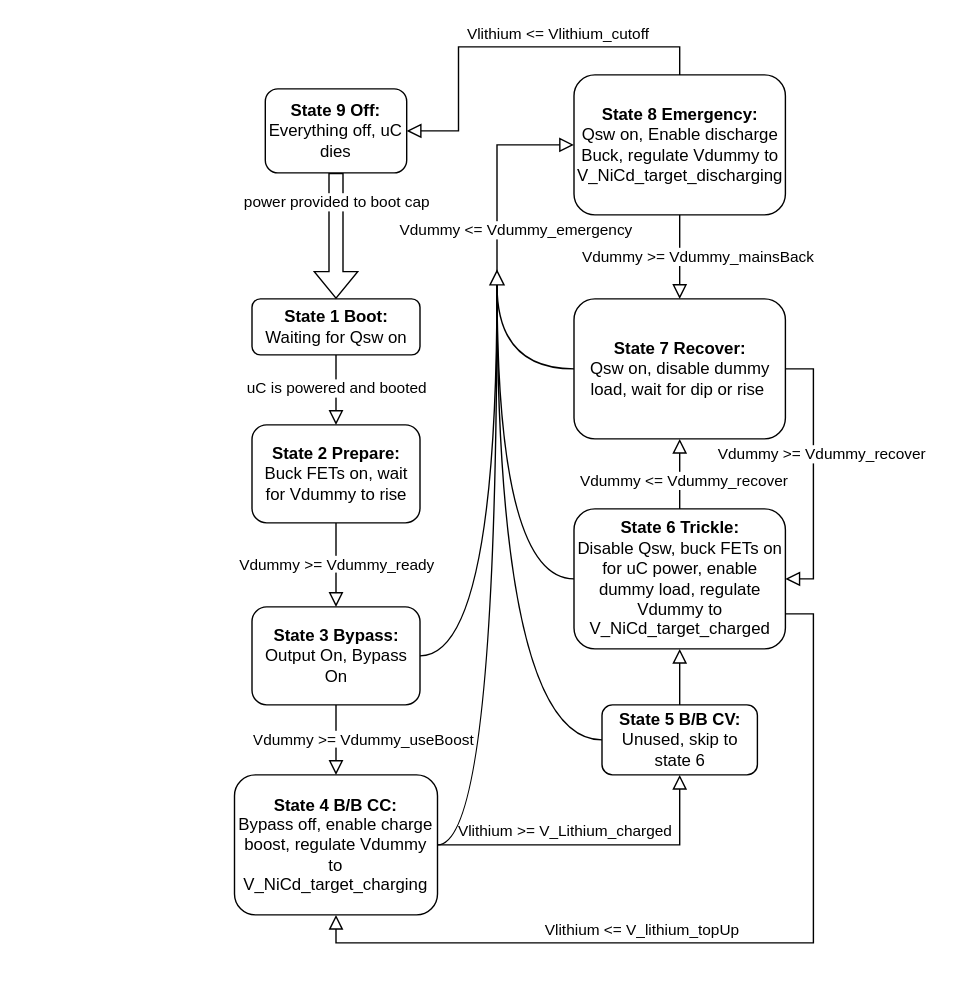
This is 202IntefaceFlowchart.drawio from BStainthorpe/Flowcharts, a draw.io file, before an edit. Source tidied: cells renumbered, new cells numbered last; positions are measured from the earlier drawing's top-left corner, leaving out a move shared by most shapes. Both pictures are drawn from the tidied source at 140%, with x=0, y=0 at pixel (234, 46).
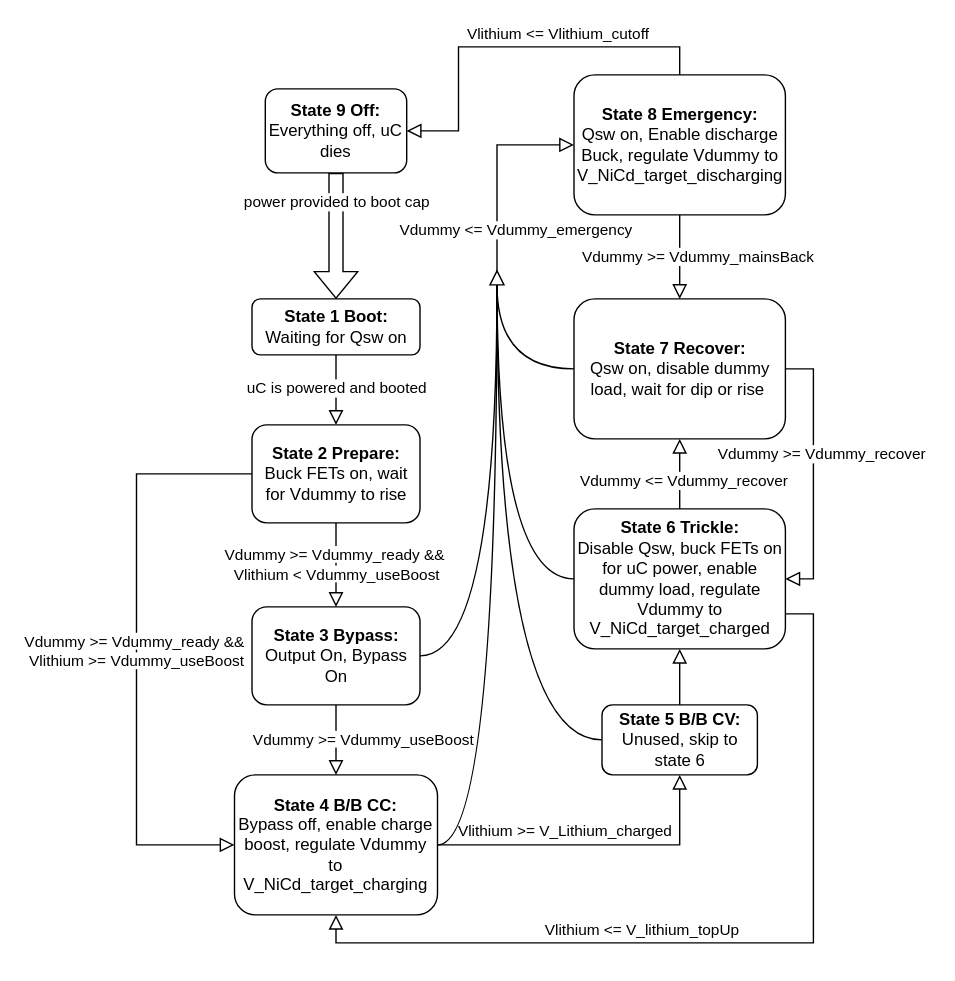
Above is the later version.

The change refers to these unchanged cells:
```xml
<mxCell id="7" value="&lt;b&gt;State 2 Prepare:&lt;/b&gt;&lt;div&gt;Buck FETs on, wait for Vdummy to rise&lt;/div&gt;" style="rounded=1;whiteSpace=wrap;html=1;fontSize=12;glass=0;strokeWidth=1;shadow=0;" parent="1" vertex="1">
  <mxGeometry x="12.5" y="270" width="120" height="70" as="geometry" />
</mxCell>
<mxCell id="8" value="&lt;b&gt;State 3 Bypass:&lt;/b&gt;&lt;div&gt;Output On, Bypass On&lt;/div&gt;" style="rounded=1;whiteSpace=wrap;html=1;fontSize=12;glass=0;strokeWidth=1;shadow=0;" parent="1" vertex="1">
  <mxGeometry x="12.5" y="400" width="120" height="70" as="geometry" />
</mxCell>
<mxCell id="9" value="&lt;b&gt;State 4 B/B CC:&lt;/b&gt;&lt;div&gt;Bypass off, enable charge boost, regulate Vdummy to V_NiCd_target_charging&lt;/div&gt;" style="rounded=1;whiteSpace=wrap;html=1;fontSize=12;glass=0;strokeWidth=1;shadow=0;" parent="1" vertex="1">
  <mxGeometry y="520" width="145" height="100" as="geometry" />
</mxCell>
```

Change to the diagram source:
```diff
@@
-    <mxCell id="6" value="&lt;span style=&quot;background-color: rgb(255, 255, 255);&quot;&gt;Vdummy &amp;gt;= Vdummy_ready&lt;/span&gt;" style="edgeStyle=orthogonalEdgeStyle;rounded=0;html=1;jettySize=auto;fontSize=11;endArrow=block;endFill=0;endSize=8;strokeWidth=1;shadow=0;labelBackgroundColor=none;entryX=0.5;entryY=0;entryDx=0;entryDy=0;exitX=0.5;exitY=1;exitDx=0;exitDy=0;" parent="1" edge="1" source="7" target="8">
+    <mxCell id="6" value="&lt;span style=&quot;background-color: rgb(255, 255, 255);&quot;&gt;Vdummy &amp;gt;= Vdummy_ready &amp;amp;&amp;amp;&amp;nbsp;&lt;/span&gt;&lt;div&gt;&lt;span style=&quot;background-color: rgb(255, 255, 255);&quot;&gt;Vlithium &amp;lt; Vdummy_useBoost&lt;/span&gt;&lt;/div&gt;" style="edgeStyle=orthogonalEdgeStyle;rounded=0;html=1;jettySize=auto;fontSize=11;endArrow=block;endFill=0;endSize=8;strokeWidth=1;shadow=0;labelBackgroundColor=none;entryX=0.5;entryY=0;entryDx=0;entryDy=0;exitX=0.5;exitY=1;exitDx=0;exitDy=0;" parent="1" edge="1" source="7" target="8">
       <mxGeometry relative="1" as="geometry" />
     </mxCell>
@@
+    <mxCell id="37" value="&lt;span style=&quot;background-color: rgb(255, 255, 255);&quot;&gt;Vdummy &amp;gt;= Vdummy_ready &amp;amp;&amp;amp;&amp;nbsp;&lt;/span&gt;&lt;div&gt;&lt;span style=&quot;background-color: rgb(255, 255, 255);&quot;&gt;Vlithium &amp;gt;= Vdummy_useBoost&lt;/span&gt;&lt;/div&gt;" style="edgeStyle=orthogonalEdgeStyle;rounded=0;html=1;jettySize=auto;fontSize=11;endArrow=block;endFill=0;endSize=8;strokeWidth=1;shadow=0;labelBackgroundColor=none;exitX=0;exitY=0.5;exitDx=0;exitDy=0;entryX=0;entryY=0.5;entryDx=0;entryDy=0;" parent="1" edge="1" source="7" target="9">
+      <mxGeometry relative="1" as="geometry">
+        <Array as="points">
+          <mxPoint x="-70" y="305" />
+          <mxPoint x="-70" y="570" />
+        </Array>
+      </mxGeometry>
+    </mxCell>
```
